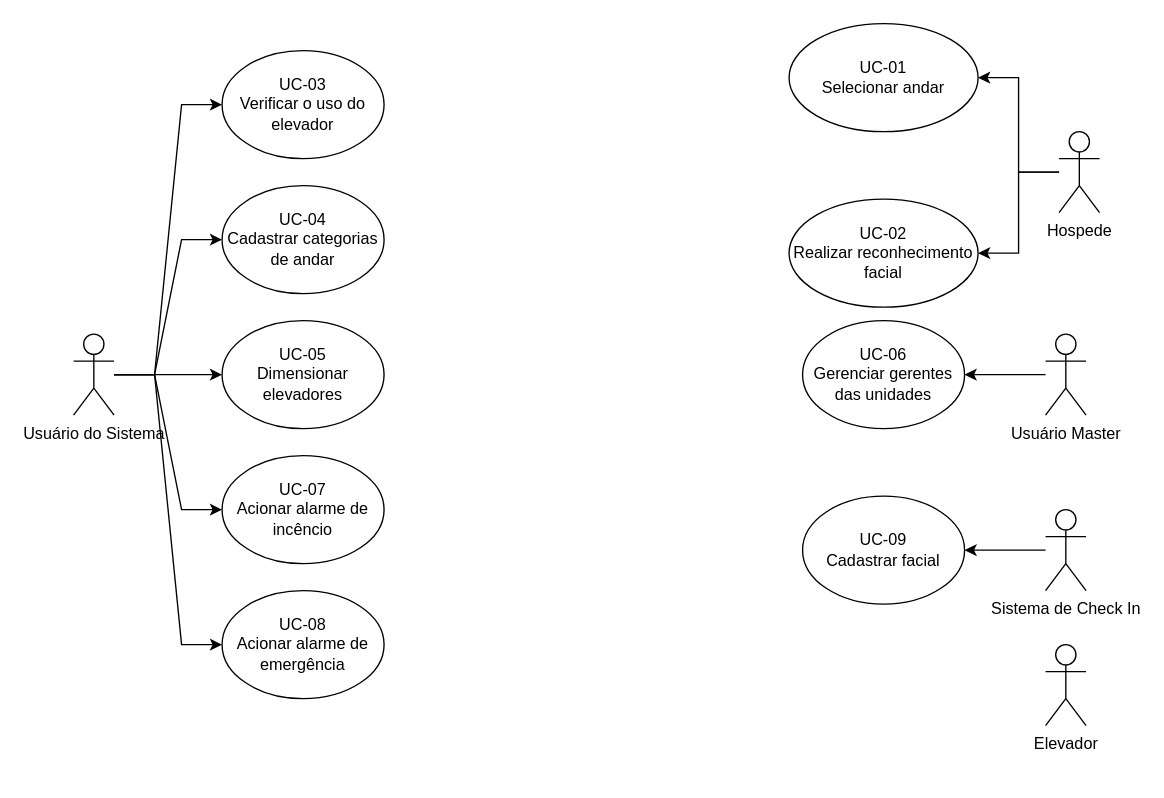
Above: Diagramas/Casos De Uso/casos_de_uso.drawio in HenriqueFinatti/Modelagem_De_Software_Projeto_2 (draw.io), before the change. Source tidied: cells renumbered, new cells numbered last; positions are measured from the earlier drawing's top-left corner, leaving out a move shared by most shapes. Both pictures are drawn from the tidied source at 135%, with x=0, y=0 at pixel (73, 23).
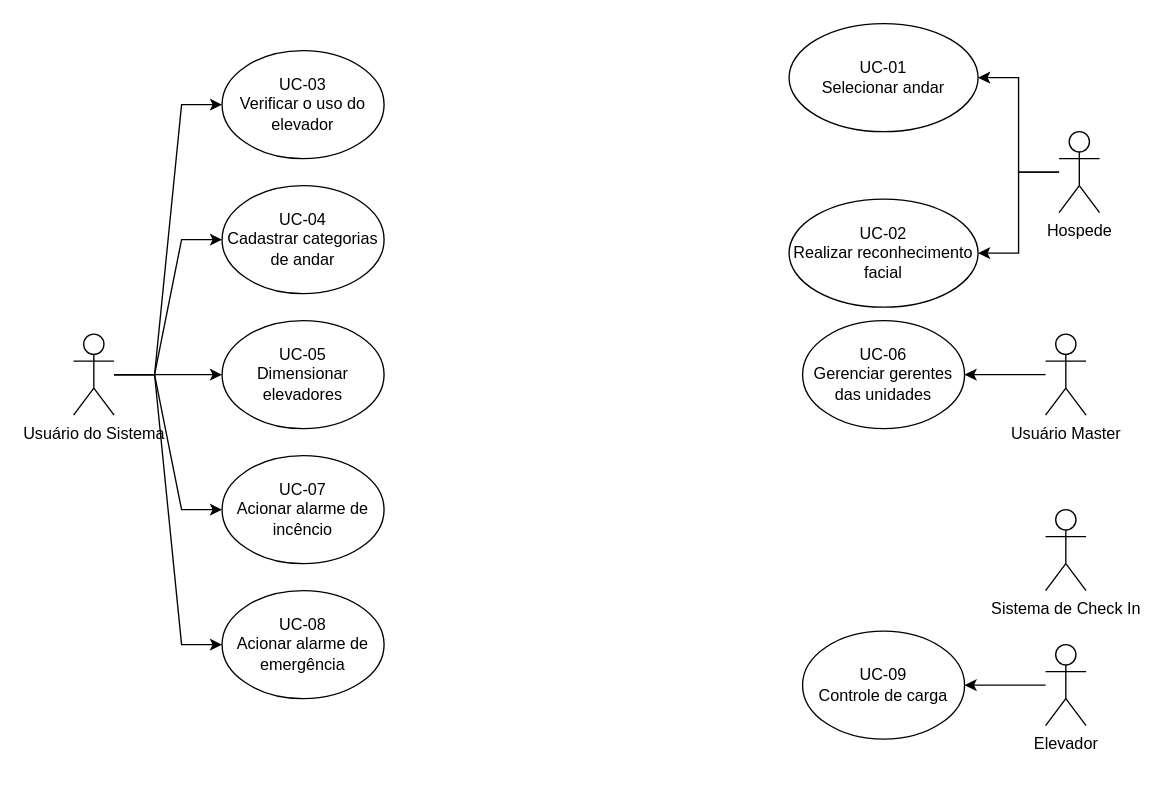
The same page after the edit.

Commit message (it also covers changes not shown here):
Diagramas de sequencias

Unchanged cells that the change refers to:
```xml
<mxCell id="22" value="Sistema de Check In" style="shape=umlActor;verticalLabelPosition=bottom;verticalAlign=top;html=1;outlineConnect=0;" parent="1" vertex="1">
  <mxGeometry x="720" y="360" width="30" height="60" as="geometry" />
</mxCell>
<mxCell id="24" value="Elevador&lt;div&gt;&lt;br&gt;&lt;/div&gt;" style="shape=umlActor;verticalLabelPosition=bottom;verticalAlign=top;html=1;outlineConnect=0;" parent="1" vertex="1">
  <mxGeometry x="720" y="460" width="30" height="60" as="geometry" />
</mxCell>
```

Diff of the diagram source:
```diff
@@
-    <mxCell id="21" style="edgeStyle=entityRelationEdgeStyle;rounded=0;jettySize=auto;html=1;entryX=1;entryY=0.5;entryDx=0;entryDy=0;" parent="1" edge="1" source="22" target="23">
-      <mxGeometry relative="1" as="geometry" />
-    </mxCell>
@@
-    <mxCell id="23" value="&lt;div&gt;UC-09&lt;/div&gt;&lt;div&gt;Cadastrar facial&lt;/div&gt;" style="ellipse;whiteSpace=wrap;html=1;" parent="1" vertex="1">
-      <mxGeometry x="540" y="350" width="120" height="80" as="geometry" />
-    </mxCell>
+    <mxCell id="25" style="edgeStyle=orthogonalEdgeStyle;rounded=0;jettySize=auto;html=1;entryX=1;entryY=0.5;entryDx=0;entryDy=0;" parent="1" edge="1" source="24" target="26">
+      <mxGeometry relative="1" as="geometry" />
+    </mxCell>
@@
+    <mxCell id="26" value="&lt;div&gt;UC-09&lt;/div&gt;&lt;div&gt;Controle de carga&lt;/div&gt;" style="ellipse;whiteSpace=wrap;html=1;" parent="1" vertex="1">
+      <mxGeometry x="540" y="450" width="120" height="80" as="geometry" />
+    </mxCell>
```
